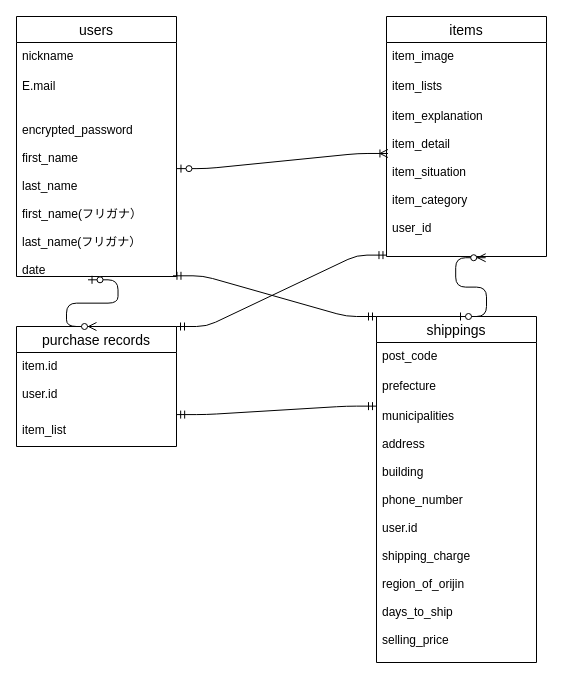
Above: test.dio in isukacoffee/furima-38197 (draw.io), before the change. Source tidied: cells renumbered, new cells numbered last; positions are measured from the earlier drawing's top-left corner, leaving out a move shared by most shapes. Both pictures are drawn from the tidied source at 100%, with x=0, y=0 at pixel (16, 16).
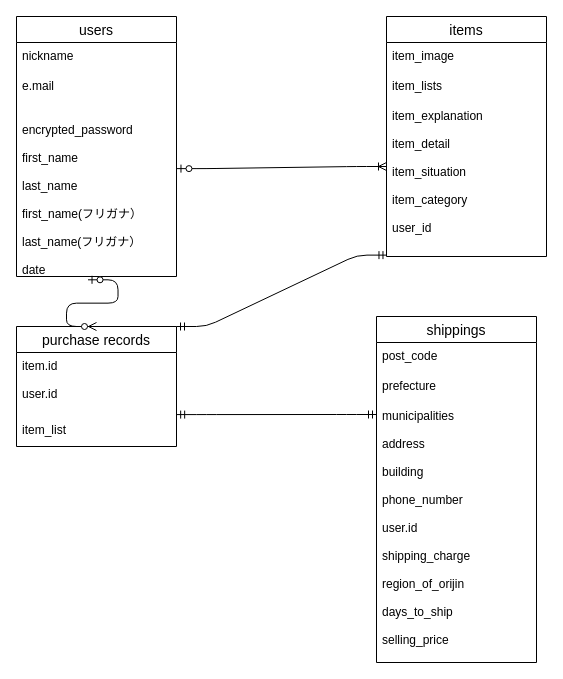
The same page after the edit.

The change refers to these unchanged cells:
```xml
<mxCell id="2" value="users" style="swimlane;fontStyle=0;horizontal=1;startSize=26;align=center;fontSize=14;" parent="1" vertex="1">
  <mxGeometry width="160" height="260" as="geometry" />
</mxCell>
<mxCell id="5" value="&#10;encrypted_password&#10;&#10;first_name&#10;&#10;last_name&#10;&#10;first_name(フリガナ）&#10; &#10;last_name(フリガナ）&#10;&#10;date " style="text;strokeColor=none;fillColor=none;spacingLeft=4;spacingRight=4;overflow=hidden;points=[[0,0.5],[1,0.5]];portConstraint=eastwest;fontSize=12;" parent="2" vertex="1">
  <mxGeometry y="86" width="160" height="174" as="geometry" />
</mxCell>
<mxCell id="9" value="item_explanation&#10;&#10;item_detail&#10;&#10;item_situation&#10;&#10;item_category&#10;&#10;user_id" style="text;strokeColor=none;fillColor=none;spacingLeft=4;spacingRight=4;overflow=hidden;points=[[0,0.5],[1,0.5]];portConstraint=eastwest;fontSize=12;" parent="6" vertex="1">
  <mxGeometry y="86" width="160" height="154" as="geometry" />
</mxCell>
<mxCell id="12" value="item_list" style="text;strokeColor=none;fillColor=none;spacingLeft=4;spacingRight=4;overflow=hidden;points=[[0,0.5],[1,0.5]];portConstraint=eastwest;fontSize=12;" parent="10" vertex="1">
  <mxGeometry y="90" width="160" height="30" as="geometry" />
</mxCell>
<mxCell id="13" value="shippings" style="swimlane;fontStyle=0;horizontal=1;startSize=26;align=center;fontSize=14;" parent="1" vertex="1">
  <mxGeometry x="360" y="300" width="160" height="346" as="geometry" />
</mxCell>
<mxCell id="16" value="municipalities&#10;&#10;address&#10;&#10;building&#10;&#10;phone_number&#10;&#10;user.id&#10;&#10;shipping_charge&#10;&#10;region_of_orijin&#10;&#10;days_to_ship&#10;&#10;selling_price&#10;&#10;" style="text;strokeColor=none;fillColor=none;spacingLeft=4;spacingRight=4;overflow=hidden;points=[[0,0.5],[1,0.5]];portConstraint=eastwest;fontSize=12;" parent="13" vertex="1">
  <mxGeometry y="86" width="160" height="260" as="geometry" />
</mxCell>
```

What changed in the source:
```diff
@@
-    <mxCell id="4" value="E.mail" style="text;strokeColor=none;fillColor=none;spacingLeft=4;spacingRight=4;overflow=hidden;fontSize=12;" parent="2" vertex="1">
+    <mxCell id="4" value="e.mail" style="text;strokeColor=none;fillColor=none;spacingLeft=4;spacingRight=4;overflow=hidden;fontSize=12;" parent="2" vertex="1">
       <mxGeometry y="56" width="160" height="30" as="geometry" />
     </mxCell>
@@
-    <mxCell id="17" style="edgeStyle=entityRelationEdgeStyle;fontSize=12;html=1;endArrow=ERmandOne;startArrow=ERmandOne;exitX=1.001;exitY=-0.064;exitDx=0;exitDy=0;exitPerimeter=0;entryX=0;entryY=0.014;entryDx=0;entryDy=0;entryPerimeter=0;" parent="1" edge="1" source="12" target="16">
-      <mxGeometry relative="1" as="geometry" />
+    <mxCell id="17" style="edgeStyle=entityRelationEdgeStyle;fontSize=12;html=1;endArrow=ERmandOne;startArrow=ERmandOne;exitX=1.001;exitY=-0.064;exitDx=0;exitDy=0;exitPerimeter=0;" parent="1" edge="1" source="12">
+      <mxGeometry relative="1" as="geometry">
+        <mxPoint x="360" y="398" as="targetPoint" />
+      </mxGeometry>
     </mxCell>
-    <mxCell id="18" style="edgeStyle=entityRelationEdgeStyle;fontSize=12;html=1;endArrow=ERoneToMany;startArrow=ERzeroToOne;exitX=1.003;exitY=0.38;exitDx=0;exitDy=0;exitPerimeter=0;entryX=0.009;entryY=0.331;entryDx=0;entryDy=0;entryPerimeter=0;" parent="1" edge="1" source="5" target="9">
-      <mxGeometry relative="1" as="geometry" />
+    <mxCell id="18" style="edgeStyle=entityRelationEdgeStyle;fontSize=12;html=1;endArrow=ERoneToMany;startArrow=ERzeroToOne;exitX=1.003;exitY=0.38;exitDx=0;exitDy=0;exitPerimeter=0;" parent="1" edge="1" source="5">
+      <mxGeometry relative="1" as="geometry">
+        <mxPoint x="370" y="150" as="targetPoint" />
+      </mxGeometry>
     </mxCell>
@@
-    <mxCell id="21" style="edgeStyle=entityRelationEdgeStyle;fontSize=12;html=1;endArrow=ERmandOne;startArrow=ERmandOne;exitX=0.978;exitY=0.996;exitDx=0;exitDy=0;exitPerimeter=0;entryX=0;entryY=0;entryDx=0;entryDy=0;" parent="1" edge="1" source="5" target="13">
-      <mxGeometry relative="1" as="geometry" />
-    </mxCell>
-    <mxCell id="22" style="edgeStyle=entityRelationEdgeStyle;fontSize=12;html=1;endArrow=ERzeroToMany;startArrow=ERzeroToOne;exitX=0.5;exitY=0;exitDx=0;exitDy=0;entryX=0.62;entryY=1.008;entryDx=0;entryDy=0;entryPerimeter=0;" parent="1" edge="1" source="13" target="9">
-      <mxGeometry relative="1" as="geometry" />
-    </mxCell>
```
